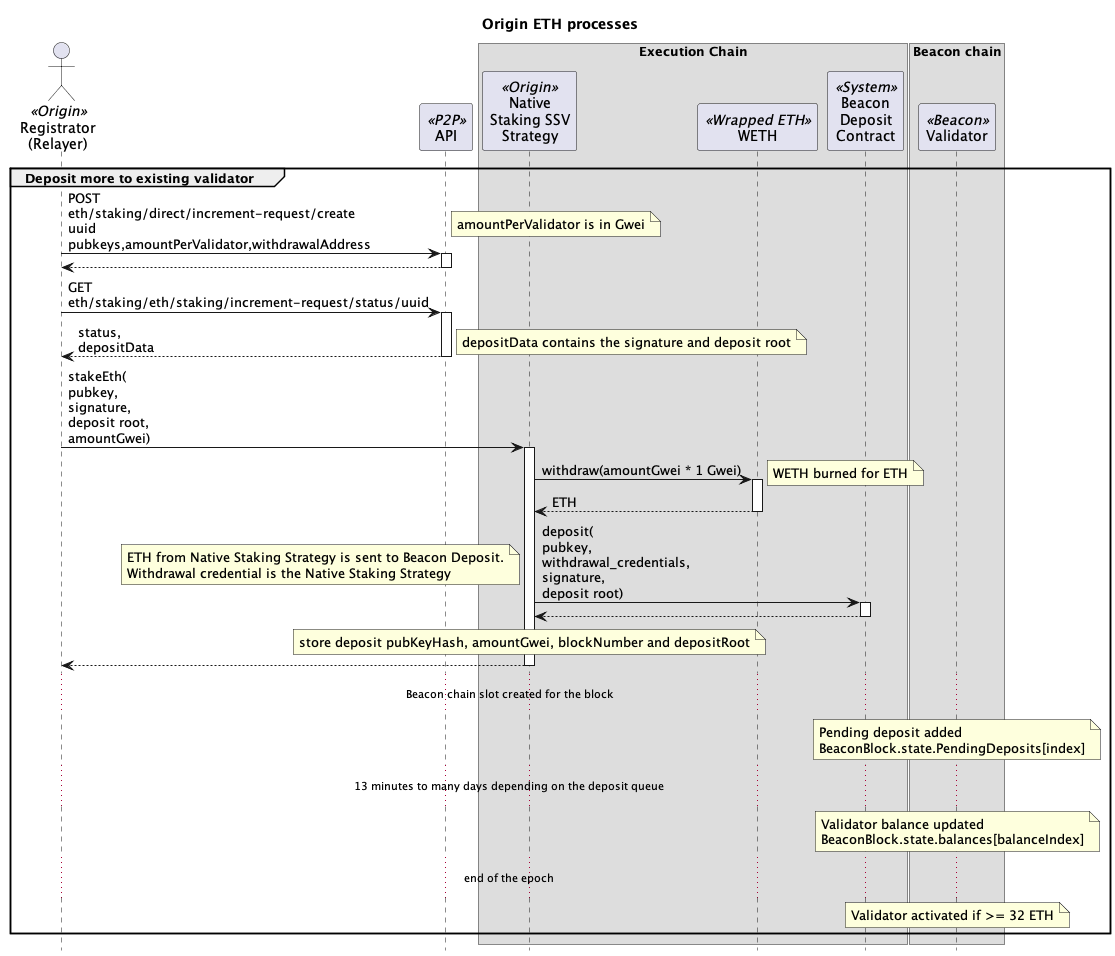
Above: contracts/docs/plantuml/oethProcesses-deposit-existing.png in OriginProtocol/origin-dollar (PlantUML), before the change.
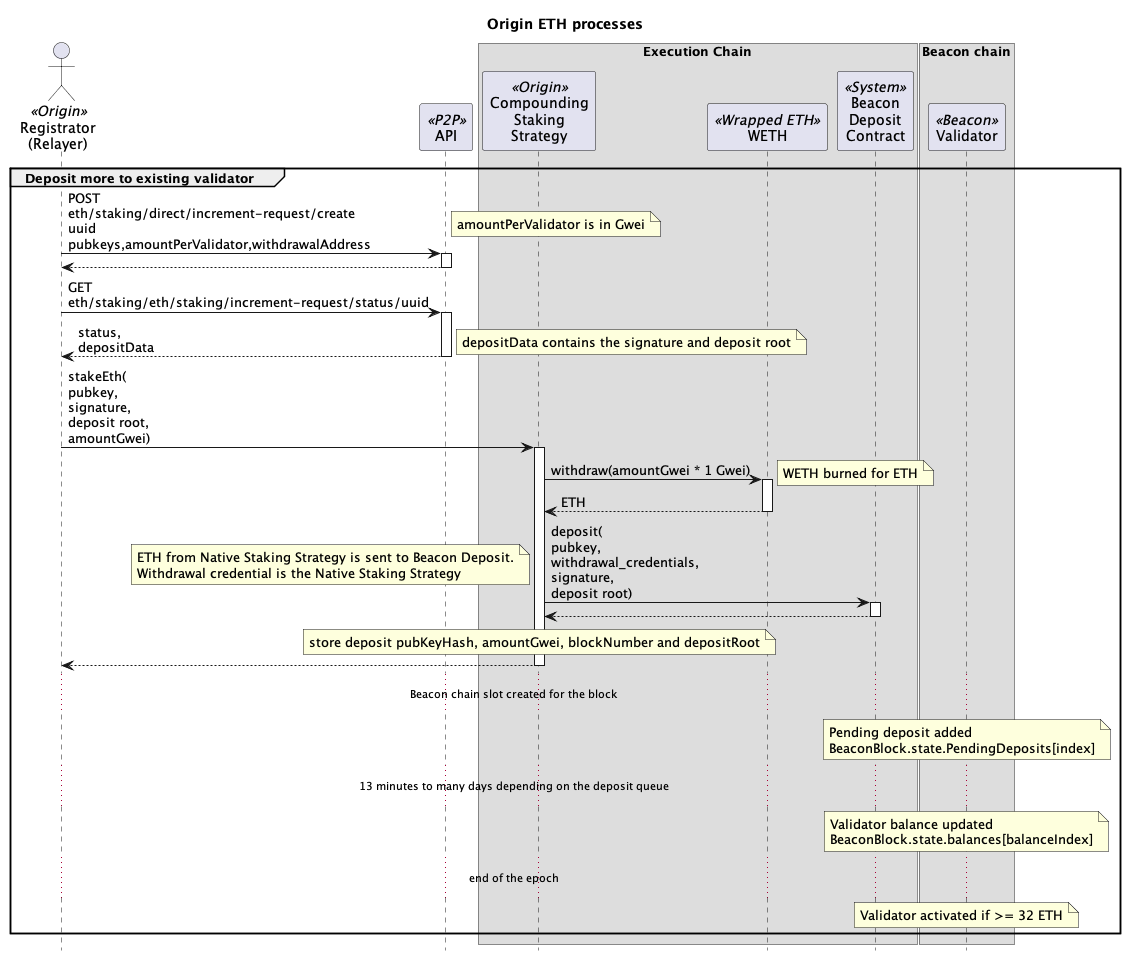
After the commit.

The edit, as a diff of the source:
```diff
@@ -9,7 +9,7 @@
 participant "API" as api <<P2P>>
 
 box "Execution Chain"
-participant "Native\nStaking SSV\nStrategy" as nativeStrat <<Origin>>
+participant "Compounding\nStaking\nStrategy" as compStrat <<Origin>>
 participant "WETH" as weth <<Wrapped ETH>>
 participant "Beacon\nDeposit\nContract" as dep <<System>>
 end box
@@ -17,6 +17,24 @@
 box "Beacon chain"
 participant "Validator" as val <<Beacon>>
 end box
+
+
+
+
+
+
+
+
+
+
+
+
+
+
+
+
+
+
 
 
 
@@ -52,14 +70,14 @@
 return status,\ndepositData
 note right : depositData contains the signature and deposit root
 
-reg -> nativeStrat : stakeEth(\npubkey,\nsignature,\ndeposit root,\namountGwei)
-activate nativeStrat
-nativeStrat -> weth : withdraw(amountGwei * 1 Gwei)
+reg -> compStrat : stakeEth(\npubkey,\nsignature,\ndeposit root,\namountGwei)
+activate compStrat
+compStrat -> weth : withdraw(amountGwei * 1 Gwei)
 activate weth
 note right : WETH burned for ETH
 return ETH
 
-nativeStrat -> dep : deposit(\npubkey,\nwithdrawal_credentials,\nsignature,\ndeposit root)
+compStrat -> dep : deposit(\npubkey,\nwithdrawal_credentials,\nsignature,\ndeposit root)
 activate dep
 note left
 ETH from Native Staking Strategy is sent to Beacon Deposit.
@@ -67,7 +85,7 @@
 end note
 return
 
-note over nativeStrat
+note over compStrat
 store deposit pubKeyHash, amountGwei, blockNumber and depositRoot
 end note
 return
@@ -174,5 +192,4 @@
 
 
 
-
 @enduml
```
